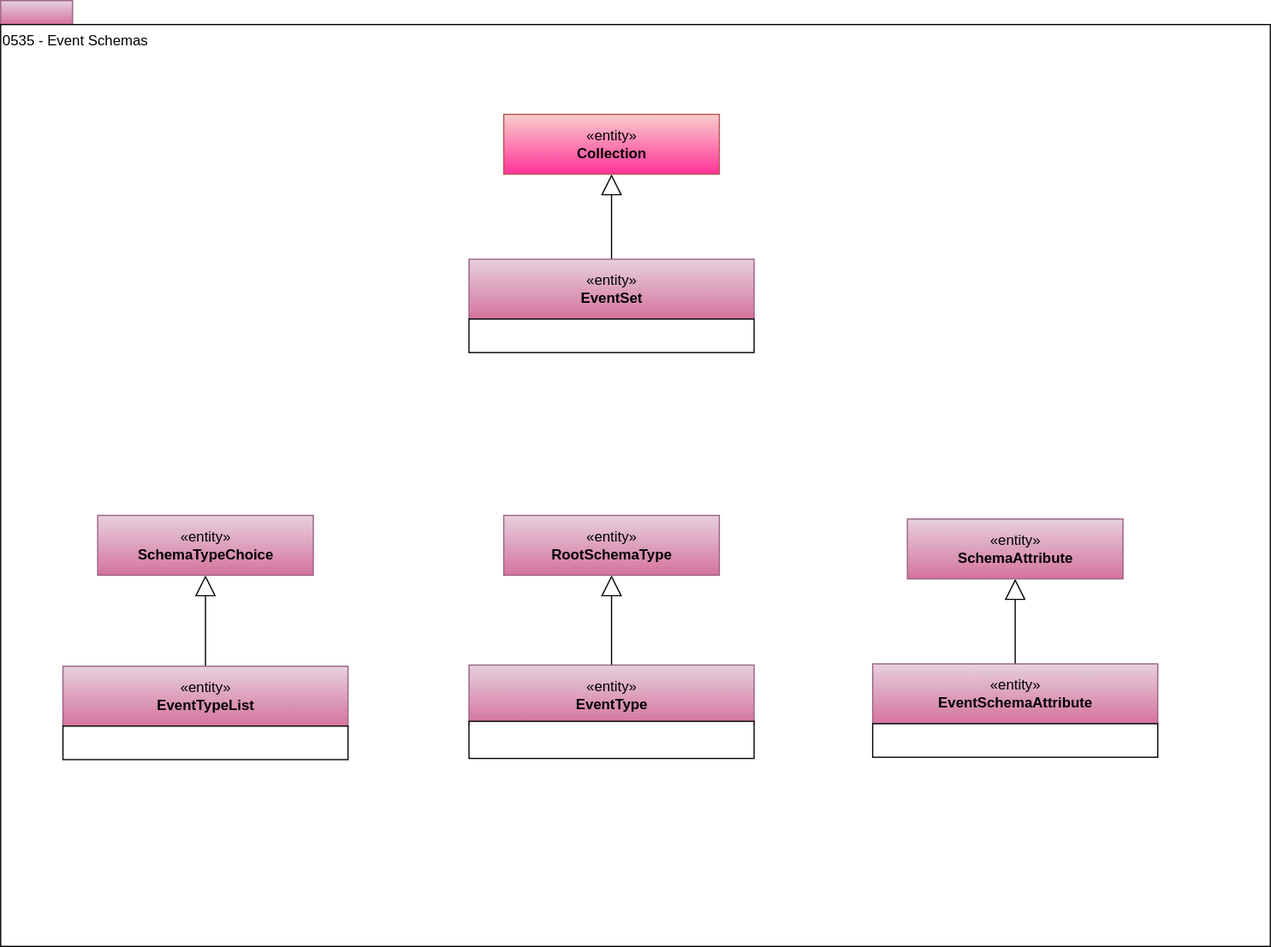
This is site/docs/types/5/0535-Event-Schemas.svg from odpi/egeria-docs, a draw.io export, as it was before one commit. Source tidied: cells renumbered, new cells last; positions are measured from the earlier drawing's top-left corner, leaving out a move shared by most shapes.
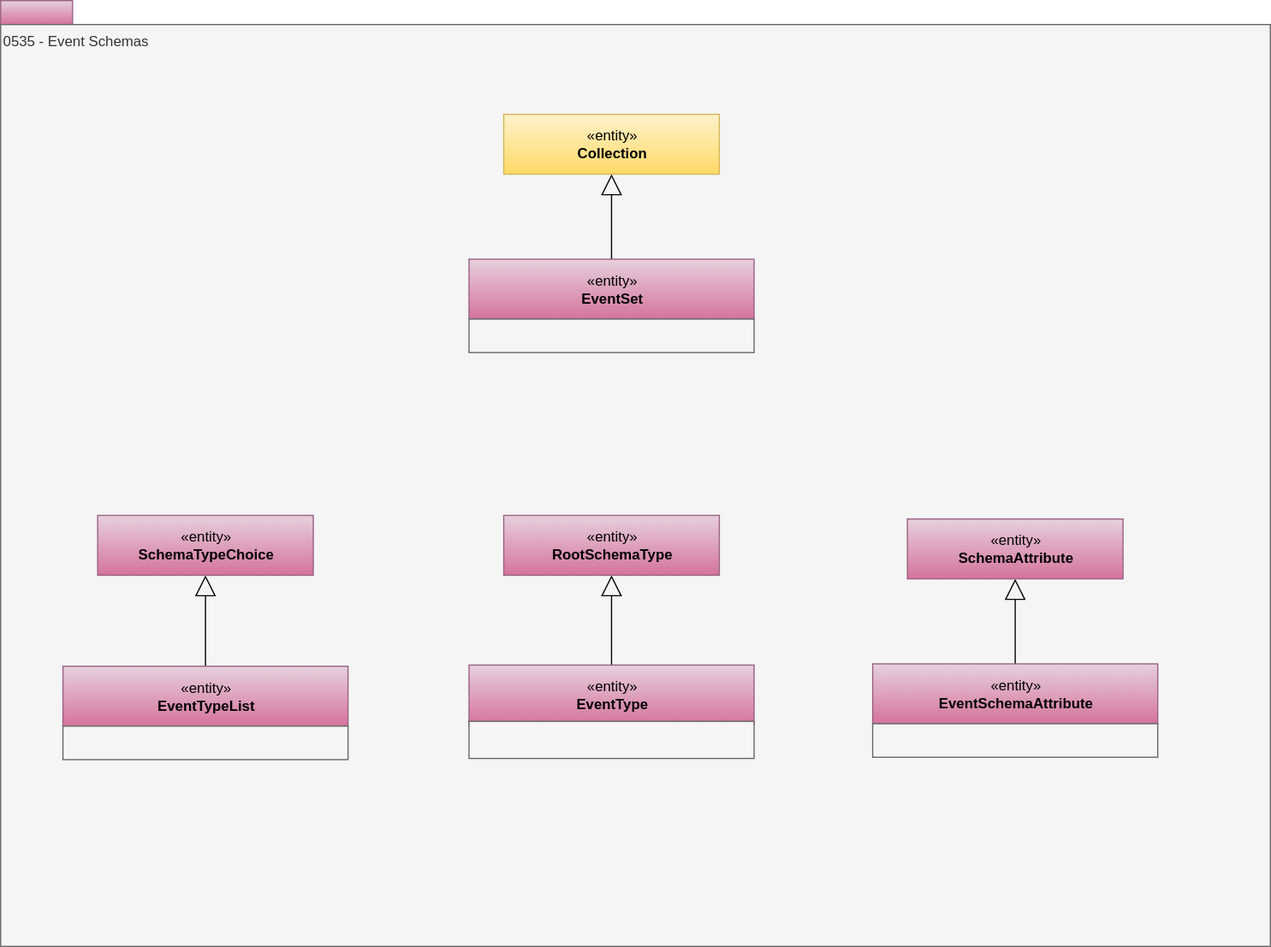
The same file after the commit.

Diff of the diagram source:
```diff
@@ -5,7 +5,7 @@
     <mxCell id="2" style="rounded=0;whiteSpace=wrap;html=1;align=left;fillColor=#e6d0de;strokeColor=#996185;gradientColor=#d5739d;" parent="1" vertex="1">
       <mxGeometry width="60" height="20" as="geometry" />
     </mxCell>
-    <mxCell id="3" value="0535 - Event Schemas" style="rounded=0;whiteSpace=wrap;html=1;align=left;verticalAlign=top;" parent="1" vertex="1">
+    <mxCell id="3" value="0535 - Event Schemas" style="rounded=0;whiteSpace=wrap;html=1;align=left;verticalAlign=top;fillColor=#f5f5f5;fontColor=#333333;strokeColor=#666666;" parent="1" vertex="1">
       <mxGeometry y="20" width="1060" height="770" as="geometry" />
     </mxCell>
     <mxCell id="4" style="edgeStyle=orthogonalEdgeStyle;rounded=0;jumpSize=16;jettySize=auto;html=1;endArrow=block;endFill=0;endSize=15;" parent="1" edge="1" source="5" target="7">
@@ -14,10 +14,10 @@
     <mxCell id="5" value="«entity»&lt;br&gt;&lt;b&gt;EventSet&lt;/b&gt;" style="html=1;strokeColor=#996185;align=center;fillColor=#e6d0de;gradientColor=#d5739d;" parent="1" vertex="1">
       <mxGeometry x="391" y="216" width="238" height="50" as="geometry" />
     </mxCell>
-    <mxCell id="6" style="rounded=0;whiteSpace=wrap;html=1;strokeColor=#000000;gradientColor=#ffffff;align=left;" parent="1" vertex="1">
+    <mxCell id="6" style="rounded=0;whiteSpace=wrap;html=1;strokeColor=#666666;align=left;fillColor=#f5f5f5;fontColor=#333333;" parent="1" vertex="1">
       <mxGeometry x="391" y="266" width="238" height="28" as="geometry" />
     </mxCell>
-    <mxCell id="7" value="«entity»&lt;br&gt;&lt;b&gt;Collection&lt;/b&gt;" style="html=1;strokeColor=#b85450;align=center;fillColor=#f8cecc;gradientColor=#FF3399;" parent="1" vertex="1">
+    <mxCell id="7" value="«entity»&lt;br&gt;&lt;b&gt;Collection&lt;/b&gt;" style="html=1;strokeColor=#d6b656;align=center;fillColor=#fff2cc;gradientColor=#ffd966;" parent="1" vertex="1">
       <mxGeometry x="420" y="95" width="180" height="50" as="geometry" />
     </mxCell>
     <mxCell id="8" style="edgeStyle=orthogonalEdgeStyle;rounded=0;jettySize=auto;html=1;endArrow=block;endFill=0;endSize=15;jumpSize=16;" parent="1" edge="1" source="9" target="11">
@@ -26,7 +26,7 @@
     <mxCell id="9" value="«entity»&lt;br&gt;&lt;b&gt;EventType&lt;/b&gt;" style="html=1;strokeColor=#996185;align=center;fillColor=#e6d0de;gradientColor=#d5739d;" parent="1" vertex="1">
       <mxGeometry x="391" y="555" width="238" height="50" as="geometry" />
     </mxCell>
-    <mxCell id="10" style="rounded=0;whiteSpace=wrap;html=1;strokeColor=#000000;gradientColor=#ffffff;align=left;" parent="1" vertex="1">
+    <mxCell id="10" style="rounded=0;whiteSpace=wrap;html=1;strokeColor=#666666;align=left;fillColor=#f5f5f5;fontColor=#333333;" parent="1" vertex="1">
       <mxGeometry x="391" y="602" width="238" height="31" as="geometry" />
     </mxCell>
     <mxCell id="11" value="«entity»&lt;br&gt;&lt;b&gt;RootSchemaType&lt;/b&gt;" style="html=1;strokeColor=#996185;align=center;fillColor=#e6d0de;gradientColor=#d5739d;" parent="1" vertex="1">
@@ -38,7 +38,7 @@
     <mxCell id="13" value="«entity»&lt;br&gt;&lt;b&gt;EventSchemaAttribute&lt;br&gt;&lt;/b&gt;" style="html=1;strokeColor=#996185;align=center;fillColor=#e6d0de;gradientColor=#d5739d;" parent="1" vertex="1">
       <mxGeometry x="728" y="554" width="238" height="50" as="geometry" />
     </mxCell>
-    <mxCell id="14" style="rounded=0;whiteSpace=wrap;html=1;strokeColor=#000000;gradientColor=#ffffff;align=left;" parent="1" vertex="1">
+    <mxCell id="14" style="rounded=0;whiteSpace=wrap;html=1;strokeColor=#666666;align=left;fillColor=#f5f5f5;fontColor=#333333;" parent="1" vertex="1">
       <mxGeometry x="728" y="604" width="238" height="28" as="geometry" />
     </mxCell>
     <mxCell id="15" value="«entity»&lt;br&gt;&lt;b&gt;SchemaAttribute&lt;/b&gt;" style="html=1;strokeColor=#996185;align=center;fillColor=#e6d0de;gradientColor=#d5739d;" parent="1" vertex="1">
@@ -50,7 +50,7 @@
     <mxCell id="17" value="«entity»&lt;br&gt;&lt;b&gt;EventTypeList&lt;/b&gt;" style="html=1;strokeColor=#996185;align=center;fillColor=#e6d0de;gradientColor=#d5739d;" parent="1" vertex="1">
       <mxGeometry x="52" y="556" width="238" height="50" as="geometry" />
     </mxCell>
-    <mxCell id="18" style="rounded=0;whiteSpace=wrap;html=1;strokeColor=#000000;gradientColor=#ffffff;align=left;" parent="1" vertex="1">
+    <mxCell id="18" style="rounded=0;whiteSpace=wrap;html=1;strokeColor=#666666;align=left;fillColor=#f5f5f5;fontColor=#333333;" parent="1" vertex="1">
       <mxGeometry x="52" y="606" width="238" height="28" as="geometry" />
     </mxCell>
     <mxCell id="19" value="«entity»&lt;br&gt;&lt;b&gt;SchemaTypeChoice&lt;/b&gt;" style="html=1;strokeColor=#996185;align=center;fillColor=#e6d0de;gradientColor=#d5739d;" parent="1" vertex="1">
```
